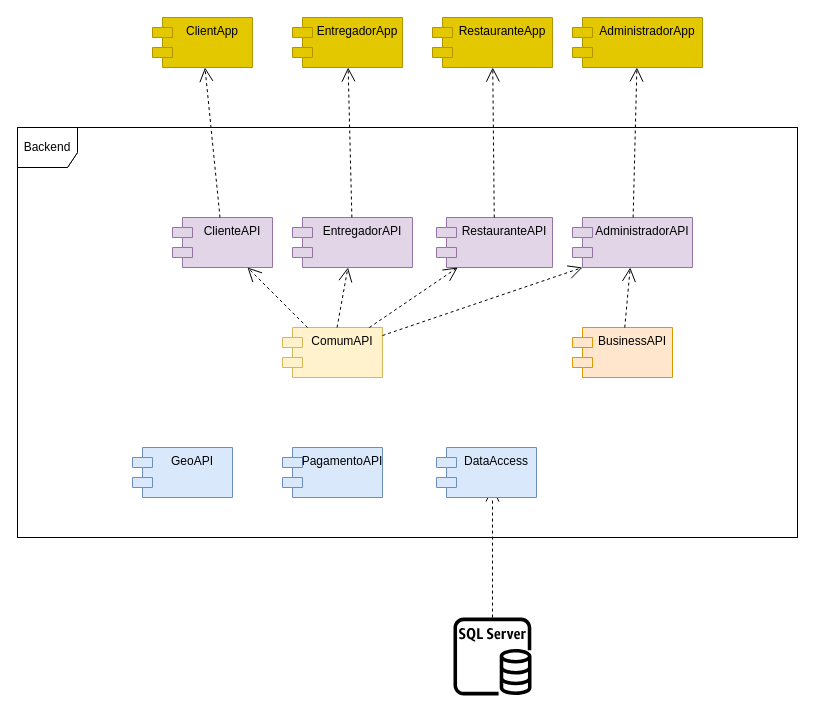
jvbrandao18/Trabalhos-da-faculdade keeps this draw.io diagram as appentrega.drawio. Above is the earlier version. Source tidied: cells renumbered, new cells numbered last; positions are measured from the earlier drawing's top-left corner, leaving out a move shared by most shapes. Both pictures are drawn from the tidied source at 100%, with x=0, y=0 at pixel (17, 17).
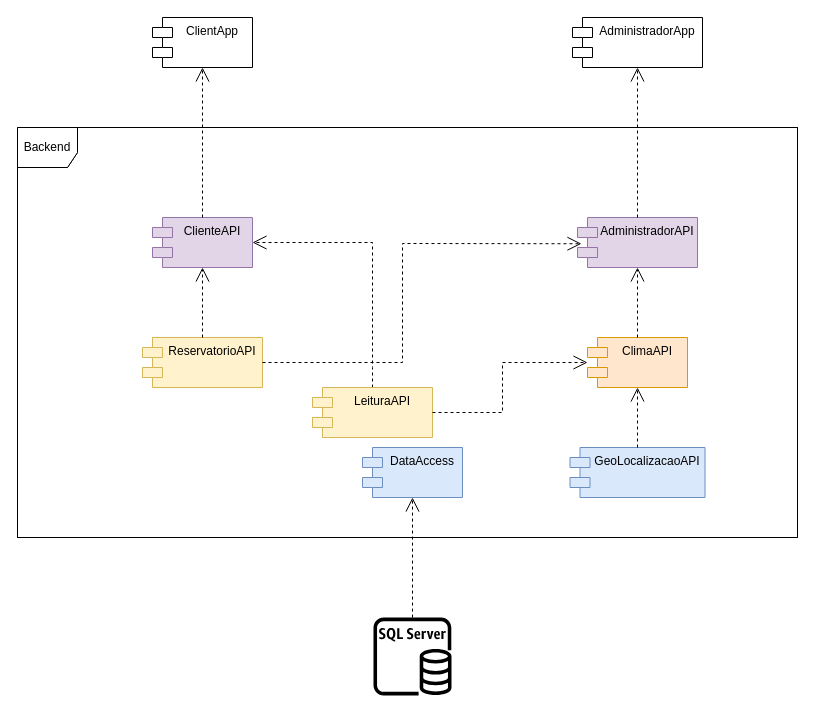
Above is the later version.

What changed in the source:
```diff
@@
-    <mxCell id="2" style="endArrow=open;endSize=12;dashed=1;html=1;rounded=0;" parent="1" edge="1" source="27">
-      <mxGeometry relative="1" as="geometry">
-        <mxPoint x="475" y="470" as="targetPoint" />
-      </mxGeometry>
-    </mxCell>
@@
-    <mxCell id="5" value="EntregadorApp" style="shape=module;align=left;spacingLeft=20;align=center;verticalAlign=top;fillColor=#e3c800;fontColor=#000000;strokeColor=#B09500;" parent="1" vertex="1">
-      <mxGeometry x="275" width="110" height="50" as="geometry" />
-    </mxCell>
+    <mxCell id="28" style="endArrow=open;endSize=12;dashed=1;html=1;rounded=0;entryX=1;entryY=0.5;entryDx=0;entryDy=0;" parent="1" edge="1" source="30" target="9">
+      <mxGeometry relative="1" as="geometry">
+        <Array as="points">
+          <mxPoint x="355" y="350" />
+          <mxPoint x="355" y="225" />
+        </Array>
+      </mxGeometry>
+    </mxCell>
+    <mxCell id="2" style="endArrow=open;endSize=12;dashed=1;html=1;rounded=0;" parent="1" edge="1" source="27" target="11">
+      <mxGeometry relative="1" as="geometry" />
+    </mxCell>
-    <mxCell id="6" value="ClientApp" style="shape=module;align=left;spacingLeft=20;align=center;verticalAlign=top;fillColor=#e3c800;fontColor=#000000;strokeColor=#B09500;" parent="1" vertex="1">
+    <mxCell id="6" value="ClientApp" style="shape=module;align=left;spacingLeft=20;align=center;verticalAlign=top;" parent="1" vertex="1">
       <mxGeometry x="135" width="100" height="50" as="geometry" />
     </mxCell>
-    <mxCell id="7" value="AdministradorApp" style="shape=module;align=left;spacingLeft=20;align=center;verticalAlign=top;fillColor=#e3c800;fontColor=#000000;strokeColor=#B09500;" parent="1" vertex="1">
+    <mxCell id="7" value="AdministradorApp" style="shape=module;align=left;spacingLeft=20;align=center;verticalAlign=top;" parent="1" vertex="1">
       <mxGeometry x="555" width="130" height="50" as="geometry" />
     </mxCell>
-    <mxCell id="8" value="RestauranteApp" style="shape=module;align=left;spacingLeft=20;align=center;verticalAlign=top;fillColor=#e3c800;fontColor=#000000;strokeColor=#B09500;" parent="1" vertex="1">
-      <mxGeometry x="415" width="120" height="50" as="geometry" />
-    </mxCell>
     <mxCell id="9" value="ClienteAPI" style="shape=module;align=left;spacingLeft=20;align=center;verticalAlign=top;fillColor=#e1d5e7;strokeColor=#9673a6;" parent="1" vertex="1">
-      <mxGeometry x="155" y="200" width="100" height="50" as="geometry" />
+      <mxGeometry x="135" y="200" width="100" height="50" as="geometry" />
     </mxCell>
-    <mxCell id="10" value="ComumAPI" style="shape=module;align=left;spacingLeft=20;align=center;verticalAlign=top;fillColor=#fff2cc;strokeColor=#d6b656;" parent="1" vertex="1">
-      <mxGeometry x="265" y="310" width="100" height="50" as="geometry" />
+    <mxCell id="10" value="ReservatorioAPI" style="shape=module;align=left;spacingLeft=20;align=center;verticalAlign=top;fillColor=#fff2cc;strokeColor=#d6b656;" parent="1" vertex="1">
+      <mxGeometry x="125" y="320" width="120" height="50" as="geometry" />
     </mxCell>
     <mxCell id="11" value="DataAccess" style="shape=module;align=left;spacingLeft=20;align=center;verticalAlign=top;fillColor=#dae8fc;strokeColor=#6c8ebf;" parent="1" vertex="1">
-      <mxGeometry x="419" y="430" width="100" height="50" as="geometry" />
+      <mxGeometry x="345" y="430" width="100" height="50" as="geometry" />
     </mxCell>
-    <mxCell id="12" value="EntregadorAPI" style="shape=module;align=left;spacingLeft=20;align=center;verticalAlign=top;fillColor=#e1d5e7;strokeColor=#9673a6;" parent="1" vertex="1">
-      <mxGeometry x="275" y="200" width="120" height="50" as="geometry" />
-    </mxCell>
     <mxCell id="13" value="AdministradorAPI" style="shape=module;align=left;spacingLeft=20;align=center;verticalAlign=top;fillColor=#e1d5e7;strokeColor=#9673a6;" parent="1" vertex="1">
-      <mxGeometry x="555" y="200" width="120" height="50" as="geometry" />
+      <mxGeometry x="560" y="200" width="120" height="50" as="geometry" />
     </mxCell>
-    <mxCell id="14" value="RestauranteAPI" style="shape=module;align=left;spacingLeft=20;align=center;verticalAlign=top;fillColor=#e1d5e7;strokeColor=#9673a6;" parent="1" vertex="1">
-      <mxGeometry x="419" y="200" width="116" height="50" as="geometry" />
-    </mxCell>
-    <mxCell id="15" value="BusinessAPI" style="shape=module;align=left;spacingLeft=20;align=center;verticalAlign=top;fillColor=#ffe6cc;strokeColor=#d79b00;" parent="1" vertex="1">
-      <mxGeometry x="555" y="310" width="100" height="50" as="geometry" />
+    <mxCell id="15" value="ClimaAPI" style="shape=module;align=left;spacingLeft=20;align=center;verticalAlign=top;fillColor=#ffe6cc;strokeColor=#d79b00;" parent="1" vertex="1">
+      <mxGeometry x="570" y="320" width="100" height="50" as="geometry" />
     </mxCell>
-    <mxCell id="16" value="GeoAPI" style="shape=module;align=left;spacingLeft=20;align=center;verticalAlign=top;fillColor=#dae8fc;strokeColor=#6c8ebf;" parent="1" vertex="1">
-      <mxGeometry x="115" y="430" width="100" height="50" as="geometry" />
+    <mxCell id="16" value="GeoLocalizacaoAPI" style="shape=module;align=left;spacingLeft=20;align=center;verticalAlign=top;fillColor=#dae8fc;strokeColor=#6c8ebf;" parent="1" vertex="1">
+      <mxGeometry x="552.5" y="430" width="135" height="50" as="geometry" />
     </mxCell>
@@
-    <mxCell id="18" value="PagamentoAPI" style="shape=module;align=left;spacingLeft=20;align=center;verticalAlign=top;fillColor=#dae8fc;strokeColor=#6c8ebf;" parent="1" vertex="1">
-      <mxGeometry x="265" y="430" width="100" height="50" as="geometry" />
-    </mxCell>
-    <mxCell id="19" style="endArrow=open;endSize=12;dashed=1;html=1;rounded=0;" parent="1" edge="1" source="12" target="5">
-      <mxGeometry relative="1" as="geometry" />
-    </mxCell>
-    <mxCell id="20" style="endArrow=open;endSize=12;dashed=1;html=1;rounded=0;" parent="1" edge="1" source="14" target="8">
-      <mxGeometry relative="1" as="geometry" />
-    </mxCell>
@@
-    <mxCell id="23" style="endArrow=open;endSize=12;dashed=1;html=1;rounded=0;" parent="1" edge="1" source="10" target="12">
-      <mxGeometry relative="1" as="geometry" />
-    </mxCell>
-    <mxCell id="24" style="endArrow=open;endSize=12;dashed=1;html=1;rounded=0;" parent="1" edge="1" source="10" target="14">
-      <mxGeometry relative="1" as="geometry" />
-    </mxCell>
-    <mxCell id="25" style="endArrow=open;endSize=12;dashed=1;html=1;rounded=0;entryX=0;entryY=1;entryDx=10;entryDy=0;entryPerimeter=0;" parent="1" edge="1" source="10" target="13">
-      <mxGeometry relative="1" as="geometry" />
+    <mxCell id="25" style="endArrow=open;endSize=12;dashed=1;html=1;rounded=0;entryX=0.033;entryY=0.525;entryDx=0;entryDy=0;entryPerimeter=0;" parent="1" edge="1" source="10" target="13">
+      <mxGeometry relative="1" as="geometry">
+        <Array as="points">
+          <mxPoint x="385" y="345" />
+          <mxPoint x="385" y="226" />
+        </Array>
+      </mxGeometry>
     </mxCell>
@@
     <mxCell id="27" style="sketch=0;outlineConnect=0;fontColor=#232F3E;gradientColor=none;fillColor=#000000;strokeColor=none;dashed=0;verticalLabelPosition=bottom;verticalAlign=top;align=center;html=1;fontSize=12;fontStyle=0;shape=mxgraph.aws4.rds_sql_server_instance;" parent="1" vertex="1">
-      <mxGeometry x="436" y="600" width="78" height="78" as="geometry" />
+      <mxGeometry x="356" y="600" width="78" height="78" as="geometry" />
     </mxCell>
+    <mxCell id="29" style="endArrow=open;endSize=12;dashed=1;html=1;rounded=0;" parent="1" edge="1" source="16" target="15">
+      <mxGeometry relative="1" as="geometry" />
+    </mxCell>
+    <mxCell id="30" value="LeituraAPI" style="shape=module;align=left;spacingLeft=20;align=center;verticalAlign=top;fillColor=#fff2cc;strokeColor=#d6b656;" parent="1" vertex="1">
+      <mxGeometry x="295" y="370" width="120" height="50" as="geometry" />
+    </mxCell>
+    <mxCell id="31" style="endArrow=open;endSize=12;dashed=1;html=1;rounded=0;" parent="1" edge="1" source="30" target="15">
+      <mxGeometry relative="1" as="geometry">
+        <Array as="points">
+          <mxPoint x="485" y="395" />
+          <mxPoint x="485" y="345" />
+        </Array>
+      </mxGeometry>
+    </mxCell>
```
